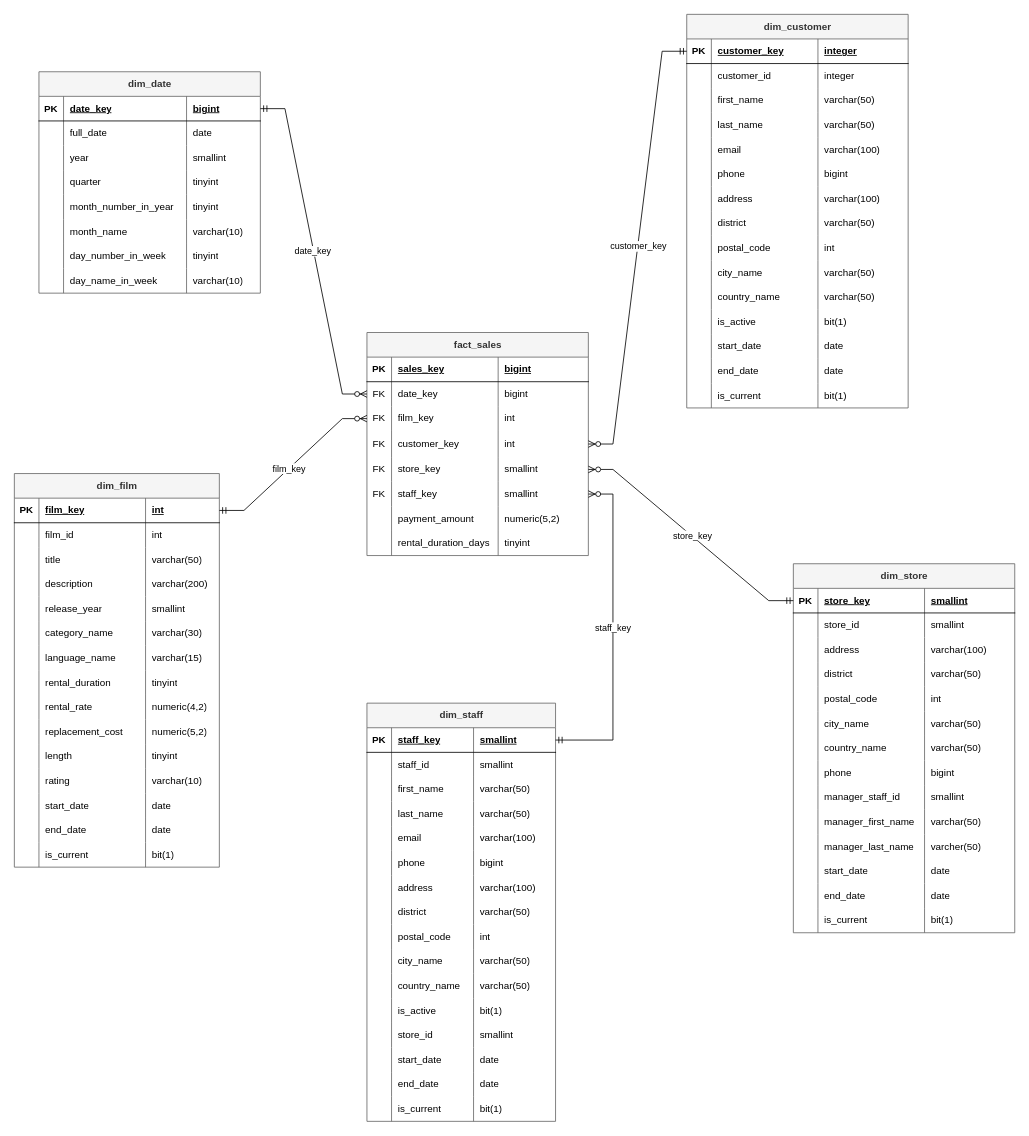
Before: star_schemas_OLAP/1_sales_olap/sales.drawio in NebylytsiaKyrylo/pagila_oltp_to_olap, a draw.io diagram. Source tidied: cells renumbered, new cells numbered last; positions are measured from the earlier drawing's top-left corner, leaving out a move shared by most shapes. Both pictures are drawn from the tidied source at 82%, with x=0, y=0 at pixel (14, 14).
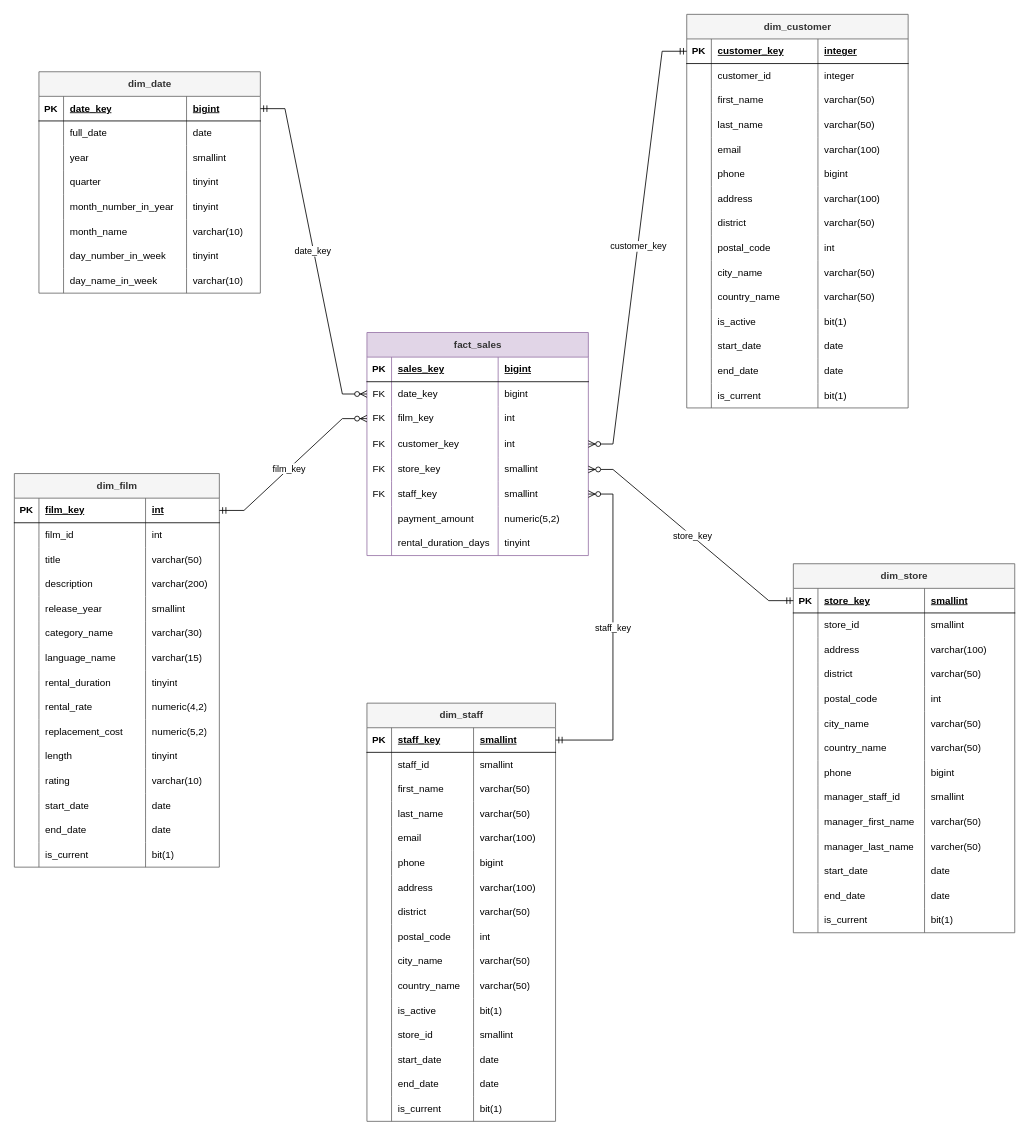
The same page after the edit.

Commit message (it also covers changes not shown here):
Add Inventory Factless OLAP schema diagram in Draw.io format

Includes the Inventory Factless OLAP schema diagram to represent dimensions and facilitate warehouse modeling.

Diff of the diagram source:
```diff
@@
-    <mxCell id="128" value="&lt;span style=&quot;color: rgb(51, 51, 51); text-wrap-mode: wrap;&quot;&gt;fact_sales&lt;/span&gt;" style="shape=table;startSize=30;childLayout=tableLayout;rowLines=0;fontStyle=1;align=center;html=1;fillColor=#f5f5f5;fontColor=#333333;strokeColor=#666666;swimlaneFillColor=default;" parent="1" vertex="1">
+    <mxCell id="128" value="&lt;span style=&quot;color: rgb(51, 51, 51); text-wrap-mode: wrap;&quot;&gt;fact_sales&lt;/span&gt;" style="shape=table;startSize=30;childLayout=tableLayout;rowLines=0;fontStyle=1;align=center;html=1;fillColor=#e1d5e7;strokeColor=#9673a6;swimlaneFillColor=default;" parent="1" vertex="1">
       <mxGeometry x="430" y="388" width="270" height="272" as="geometry" />
     </mxCell>
```
